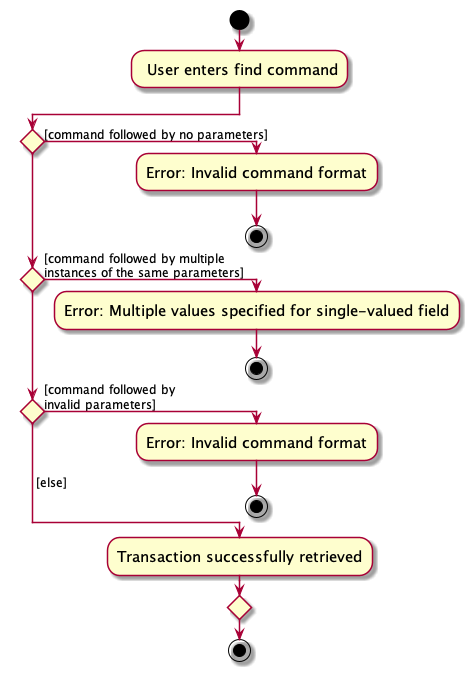
This is docs/images/unicash/diagrams/FindTransactionsActivityDiagram.png from sp4ce-cowboy/tp, a PlantUML export, as it was before one commit.
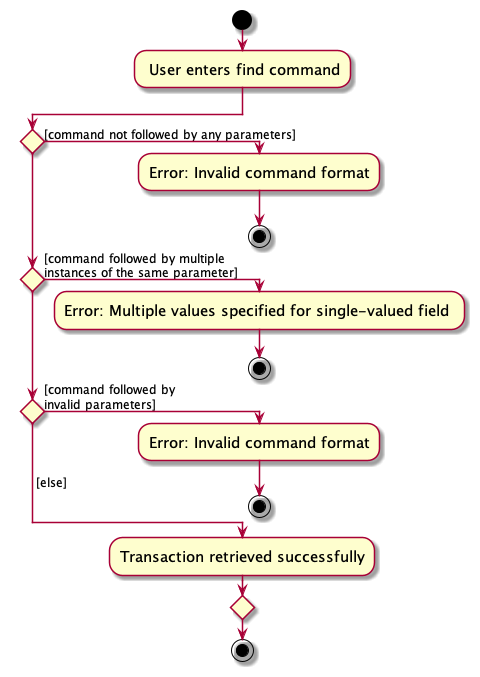
After the change.

Commit message:
Fix Find Transaction diagrams and style

The edit, as a diff of the source:
```diff
@@ -9,7 +9,7 @@
 
 if () then (
 
-[command followed by no parameters])
+[command not followed by any parameters])
   :Error: Invalid command format;
   stop
 
@@ -19,9 +19,9 @@
 
 
 [command followed by multiple
-instances of the same parameters])
+instances of the same parameter])
 
-  :Error: Multiple values specified for single-valued field;
+  :Error: Multiple values specified for single-valued field ;
   stop
 
 elseif () then (
@@ -38,7 +38,7 @@
 
  [else]
 )
-  :Transaction successfully retrieved;
+  :Transaction retrieved successfully;
 
 endif
 
```
